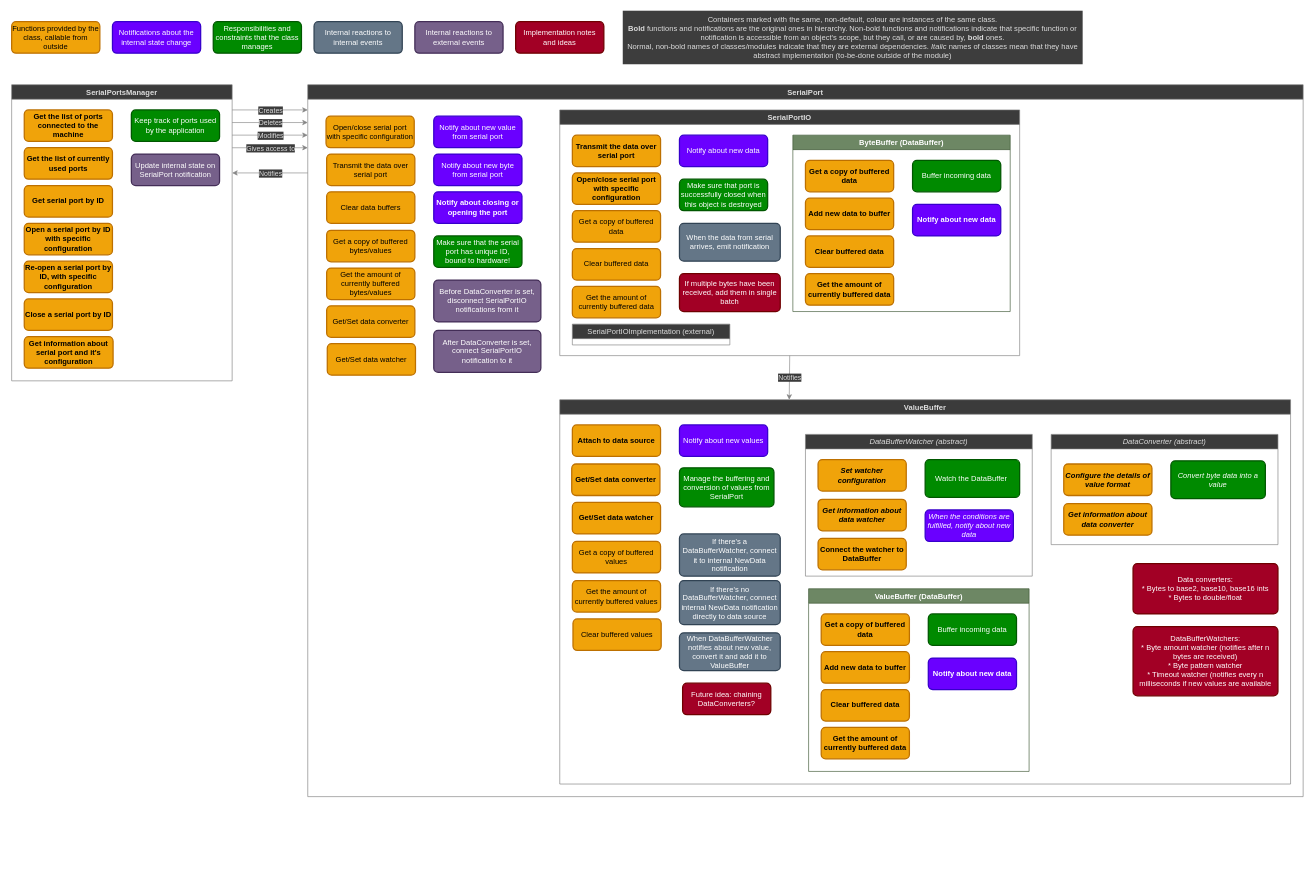
Earlier version of the draw.io diagram docs/serialports_manager.drawio (SteelPh0enix/pySerialMonitor). Source tidied: cells renumbered, new cells numbered last; positions are measured from the earlier drawing's top-left corner, leaving out a move shared by most shapes. Both pictures are drawn from the tidied source at 63%, with x=0, y=0 at pixel (11, 10).
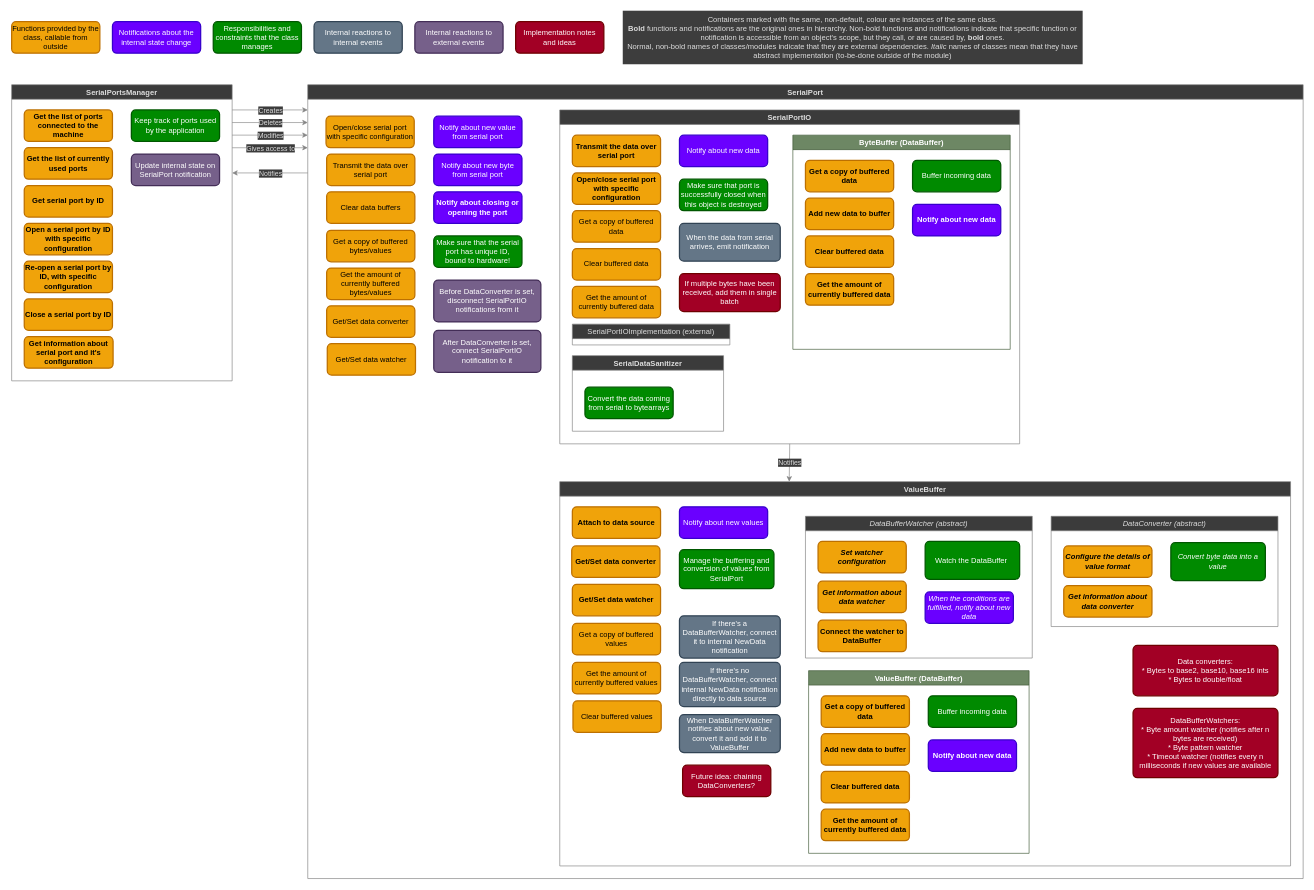
The same diagram, later.

What changed in the source:
```diff
@@
     <mxCell id="17" value="SerialPort" style="swimlane;glass=0;fillColor=#3B3B3B;strokeColor=#7D7D7D;fontColor=#DEDEDE;labelBackgroundColor=none;" parent="1" vertex="1">
-      <mxGeometry x="470" y="118" width="1580" height="1130" as="geometry" />
+      <mxGeometry x="470" y="118" width="1580" height="1260" as="geometry" />
     </mxCell>
@@
     <mxCell id="20" value="ValueBuffer" style="swimlane;fontStyle=1;fillColor=#3B3B3B;strokeColor=#7D7D7D;fontColor=#DEDEDE;labelBackgroundColor=none;" parent="17" vertex="1">
-      <mxGeometry x="400" y="500" width="1160" height="610" as="geometry" />
+      <mxGeometry x="400" y="630" width="1160" height="610" as="geometry" />
     </mxCell>
@@
     <mxCell id="53" value="SerialPortIO" style="swimlane;fillColor=#3B3B3B;strokeColor=#7D7D7D;fontColor=#DEDEDE;labelBackgroundColor=none;" parent="17" vertex="1">
-      <mxGeometry x="400" y="40" width="730" height="390" as="geometry" />
+      <mxGeometry x="400" y="40" width="730" height="530" as="geometry" />
     </mxCell>
@@
     <mxCell id="61" value="ByteBuffer (DataBuffer)" style="swimlane;startSize=23;fillColor=#6d8764;fontColor=#ffffff;strokeColor=#3A5431;labelBackgroundColor=none;" parent="53" vertex="1">
-      <mxGeometry x="370" y="40" width="345" height="280" as="geometry" />
+      <mxGeometry x="370" y="40" width="345" height="340" as="geometry" />
     </mxCell>
@@
+    <mxCell id="96" value="SerialDataSanitizer" style="swimlane;fillColor=#3B3B3B;strokeColor=#7D7D7D;fontColor=#DEDEDE;labelBackgroundColor=none;" parent="53" vertex="1">
+      <mxGeometry x="20" y="390" width="240" height="120" as="geometry" />
+    </mxCell>
+    <mxCell id="97" value="Convert the data coming from serial to bytearrays" style="rounded=1;whiteSpace=wrap;html=1;absoluteArcSize=1;arcSize=14;strokeWidth=2;fillColor=#008a00;fontColor=#ffffff;strokeColor=#005700;" parent="96" vertex="1">
+      <mxGeometry x="20" y="50" width="140" height="50" as="geometry" />
+    </mxCell>
```
